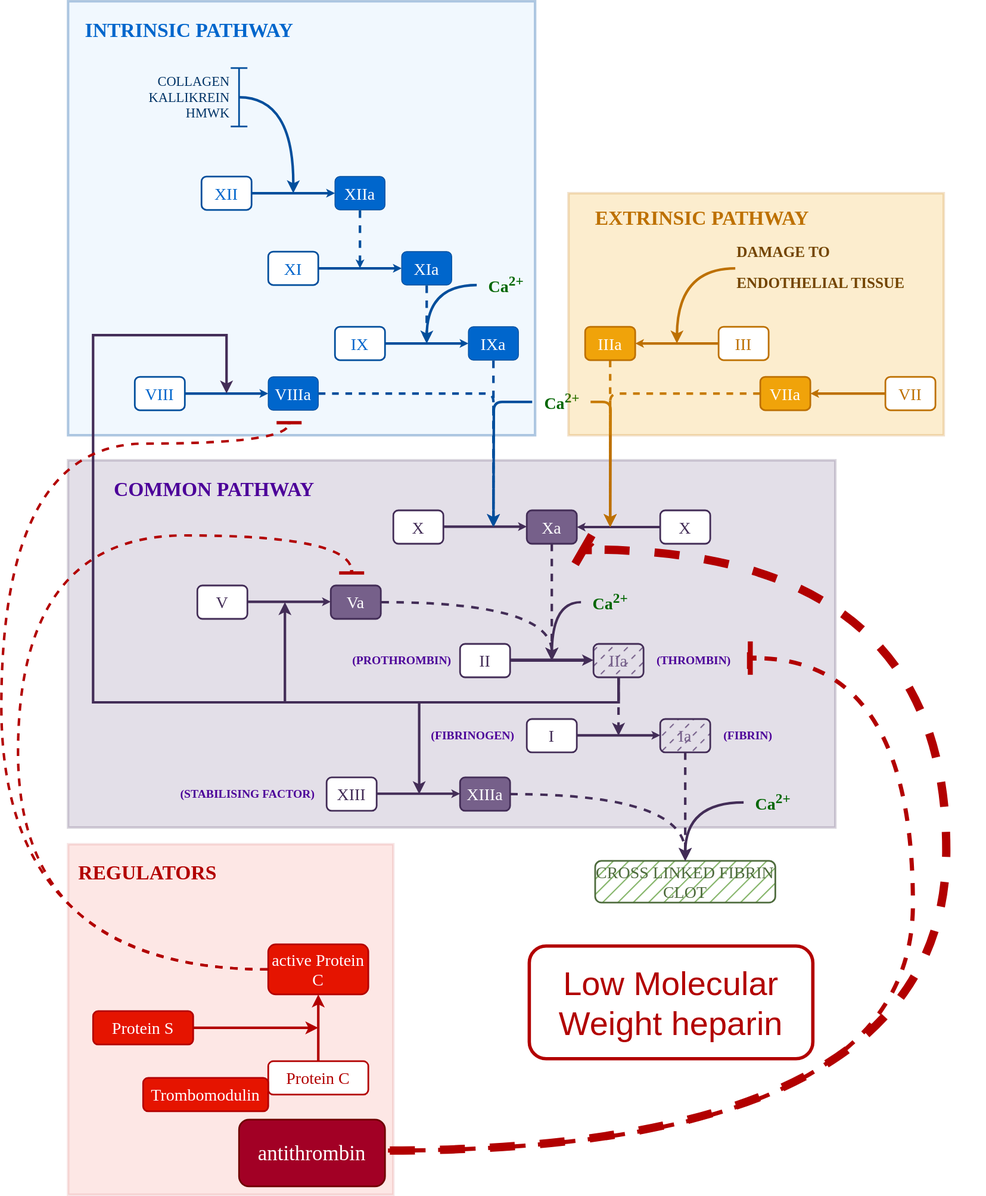
Above: images/LMWH.drawio.svg in rmvpaeme/stolling (draw.io), before the change. Source tidied: cells renumbered, new cells last; positions are measured from the earlier drawing's top-left corner, leaving out a move shared by most shapes.
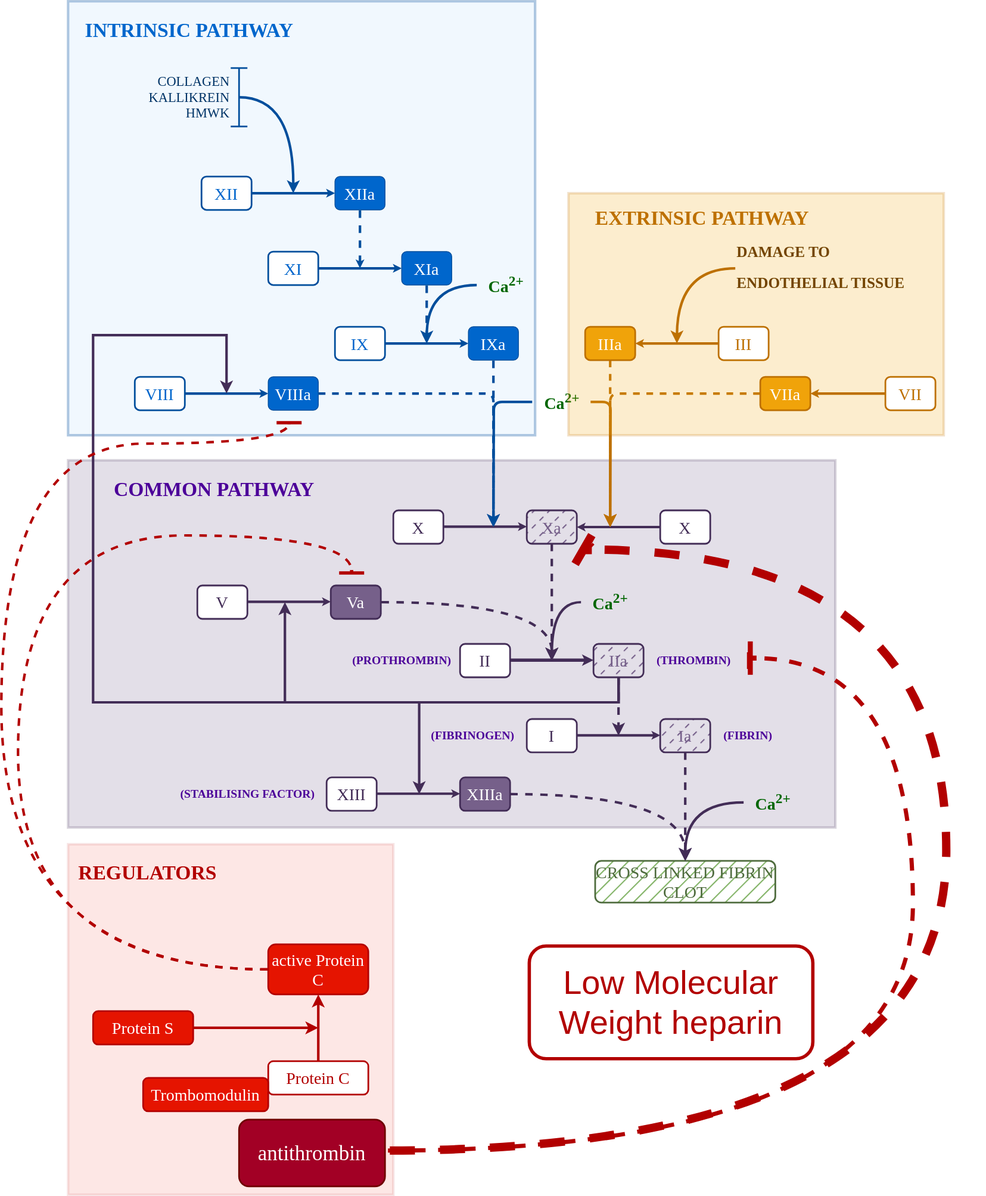
After the change.

What changed in the source:
```diff
@@ -95,7 +95,7 @@
         <mxPoint x="660" y="790" as="targetPoint" />
       </mxGeometry>
     </mxCell>
-    <mxCell id="28" value="&lt;font face=&quot;Tahoma&quot;&gt;&lt;span style=&quot;font-size: 20px;&quot;&gt;Xa&lt;/span&gt;&lt;/font&gt;" style="rounded=1;whiteSpace=wrap;html=1;fillColor=#76608a;fontColor=#ffffff;strokeColor=#432D57;strokeWidth=2;" parent="1" vertex="1">
+    <mxCell id="28" value="&lt;font face=&quot;Tahoma&quot;&gt;&lt;span style=&quot;font-size: 20px;&quot;&gt;Xa&lt;/span&gt;&lt;/font&gt;" style="rounded=1;whiteSpace=wrap;html=1;fillColor=#76608a;fontColor=#76608A;strokeColor=#432D57;strokeWidth=2;fillStyle=dashed;align=center;verticalAlign=middle;fontFamily=Helvetica;fontSize=12;" parent="1" vertex="1">
       <mxGeometry x="630" y="610" width="60" height="40" as="geometry" />
     </mxCell>
     <mxCell id="29" value="&lt;font face=&quot;Tahoma&quot;&gt;&lt;span style=&quot;font-size: 20px;&quot;&gt;X&lt;/span&gt;&lt;/font&gt;" style="rounded=1;whiteSpace=wrap;html=1;strokeWidth=2;strokeColor=#432D57;fontColor=#432D57;" parent="1" vertex="1">
```
